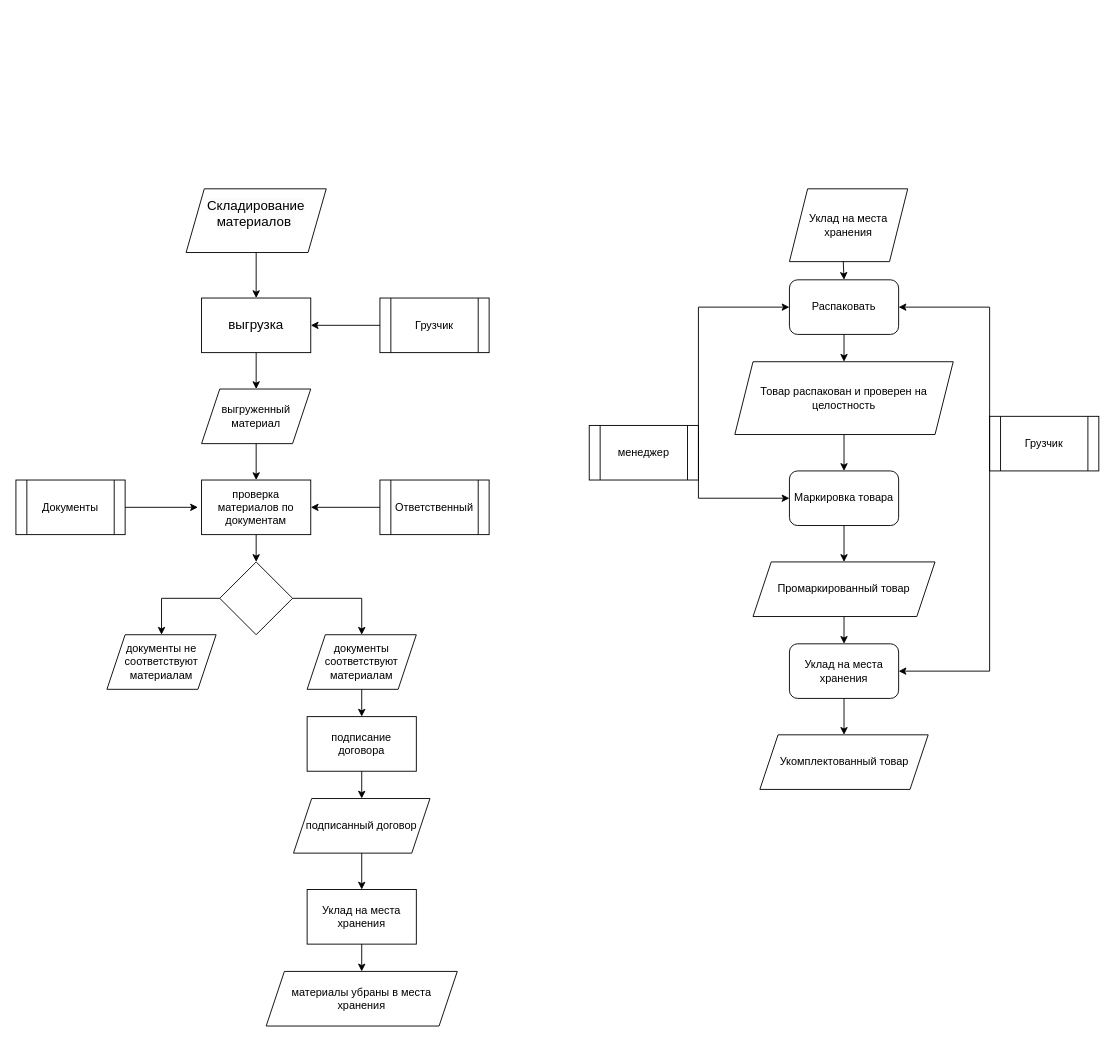
Above: 2 семестр/Управление бизнес-процессами/пр5/Диаграмма без названия.drawio in Raccoonn78/MagiCtr (draw.io), before the change. Source tidied: cells renumbered, new cells numbered last; positions are measured from the earlier drawing's top-left corner, leaving out a move shared by most shapes. Both pictures are drawn from the tidied source at 91%, with x=0, y=0 at pixel (15, 188).
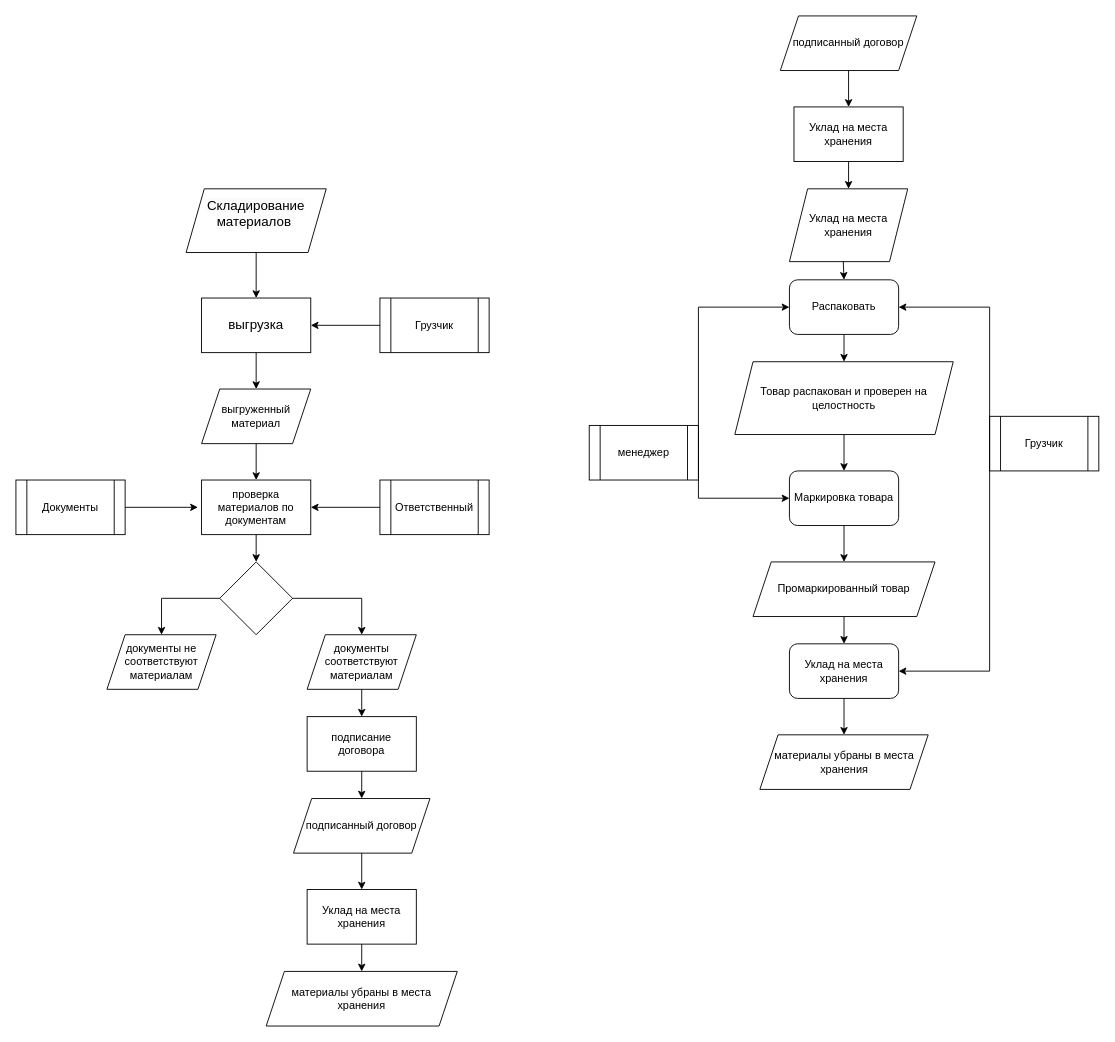
The same page after the edit.

Unchanged cells that the change refers to:
```xml
<mxCell id="29" value="Уклад на места хранения" style="shape=parallelogram;perimeter=parallelogramPerimeter;whiteSpace=wrap;html=1;fixedSize=1;" parent="1" vertex="1">
  <mxGeometry x="850" width="130" height="80" as="geometry" />
</mxCell>
```

The edit, as a diff of the source:
```diff
@@
-    <mxCell id="39" value="Укомплектованный товар" style="shape=parallelogram;perimeter=parallelogramPerimeter;whiteSpace=wrap;html=1;fixedSize=1;" parent="1" vertex="1">
+    <mxCell id="39" value="материалы убраны в места хранения" style="shape=parallelogram;perimeter=parallelogramPerimeter;whiteSpace=wrap;html=1;fixedSize=1;" parent="1" vertex="1">
       <mxGeometry x="817.5" y="600" width="185" height="60" as="geometry" />
     </mxCell>
@@
+    <mxCell id="48" value="подписанный договор" style="shape=parallelogram;perimeter=parallelogramPerimeter;whiteSpace=wrap;html=1;fixedSize=1;" parent="1" vertex="1">
+      <mxGeometry x="840" y="-190" width="150" height="60" as="geometry" />
+    </mxCell>
+    <mxCell id="49" value="Уклад на места хранения" style="rounded=0;whiteSpace=wrap;html=1;" parent="1" vertex="1">
+      <mxGeometry x="855" y="-90" width="120" height="60" as="geometry" />
+    </mxCell>
+    <mxCell id="50" style="endArrow=classic;html=1;rounded=0;exitX=0.5;exitY=1;exitDx=0;exitDy=0;entryX=0.5;entryY=0;entryDx=0;entryDy=0;" parent="1" edge="1" source="48" target="49">
+      <mxGeometry relative="1" as="geometry" />
+    </mxCell>
+    <mxCell id="51" style="endArrow=classic;html=1;rounded=0;exitX=0.5;exitY=1;exitDx=0;exitDy=0;entryX=0.5;entryY=0;entryDx=0;entryDy=0;" parent="1" edge="1" source="49" target="29">
+      <mxGeometry relative="1" as="geometry" />
+    </mxCell>
```
